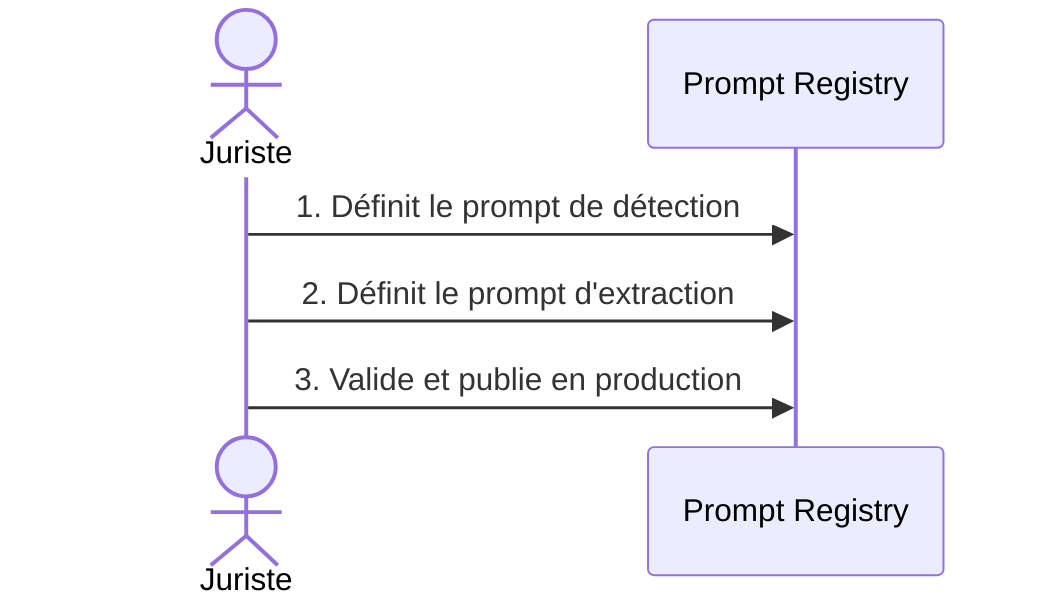
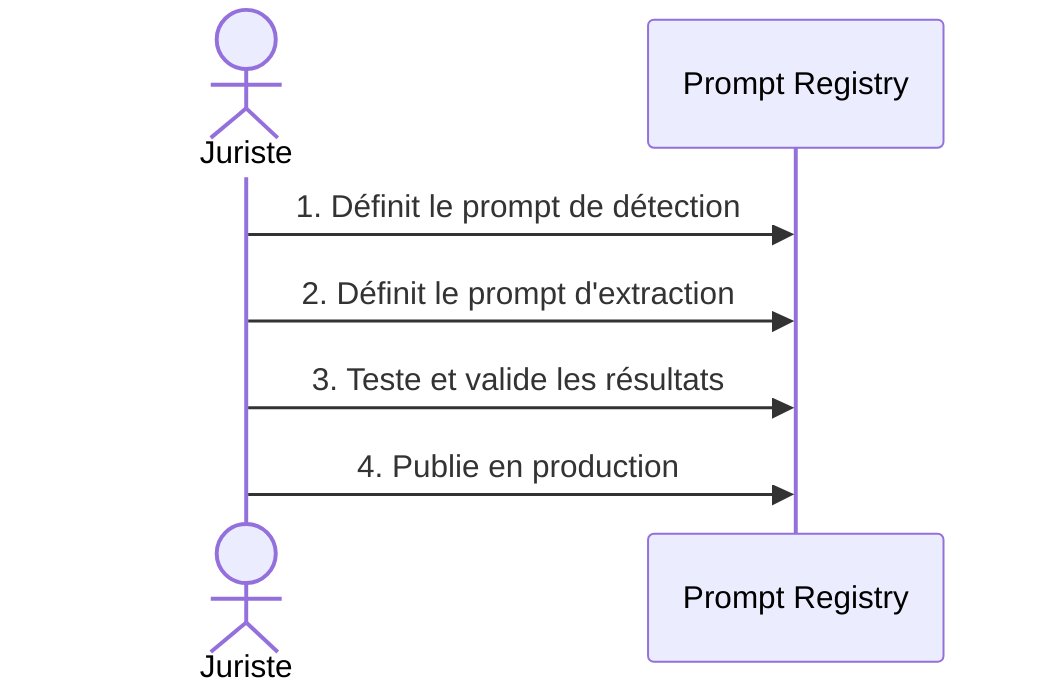
sequenceDiagram
  actor J as Juriste
  participant PR as Prompt Registry

  J->>PR: 1. Définit le prompt de détection
  J->>PR: 2. Définit le prompt d'extraction
-   J->>PR: 3. Valide et publie en production
+   J->>PR: 3. Teste et valide les résultats
+   J->>PR: 4. Publie en production
